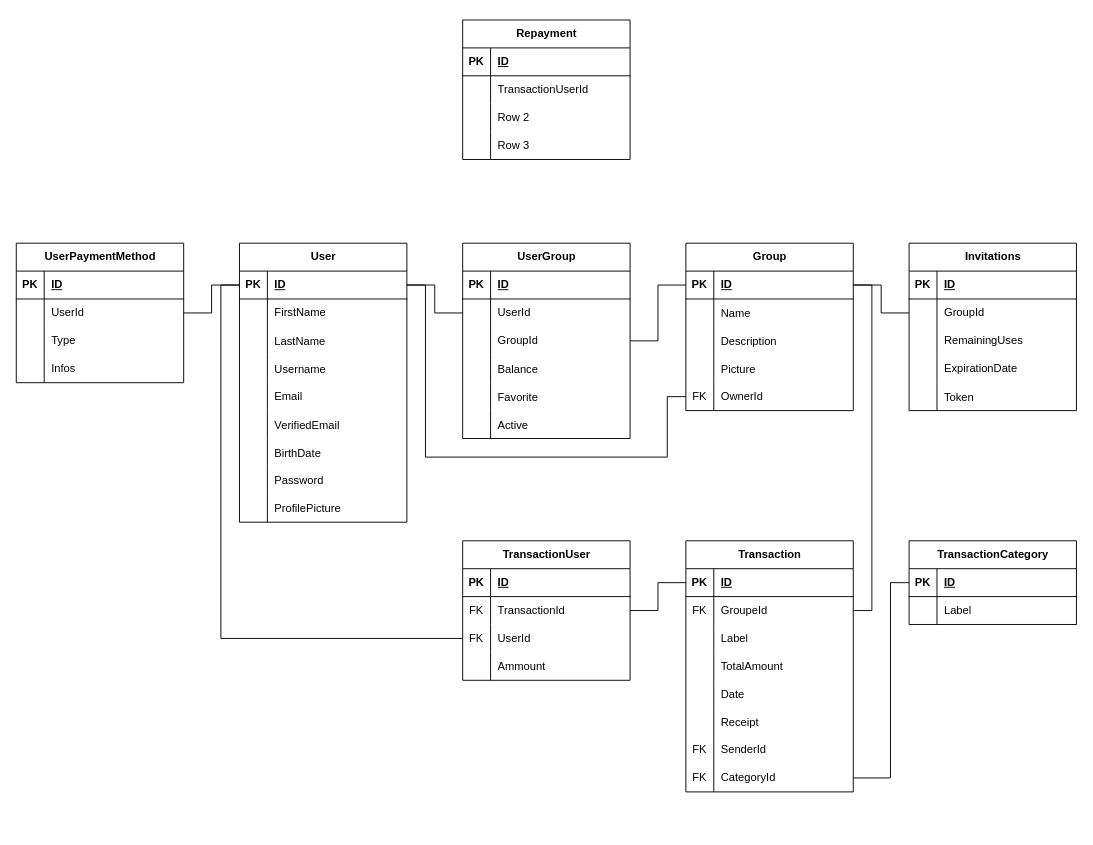
Titan327/3PROJ keeps this draw.io diagram as Other/Diagramme_BDD.drawio. Above is the earlier version. Source tidied: cells renumbered, new cells numbered last; positions are measured from the earlier drawing's top-left corner, leaving out a move shared by most shapes. Both pictures are drawn from the tidied source at 93%, with x=0, y=0 at pixel (16, 20).
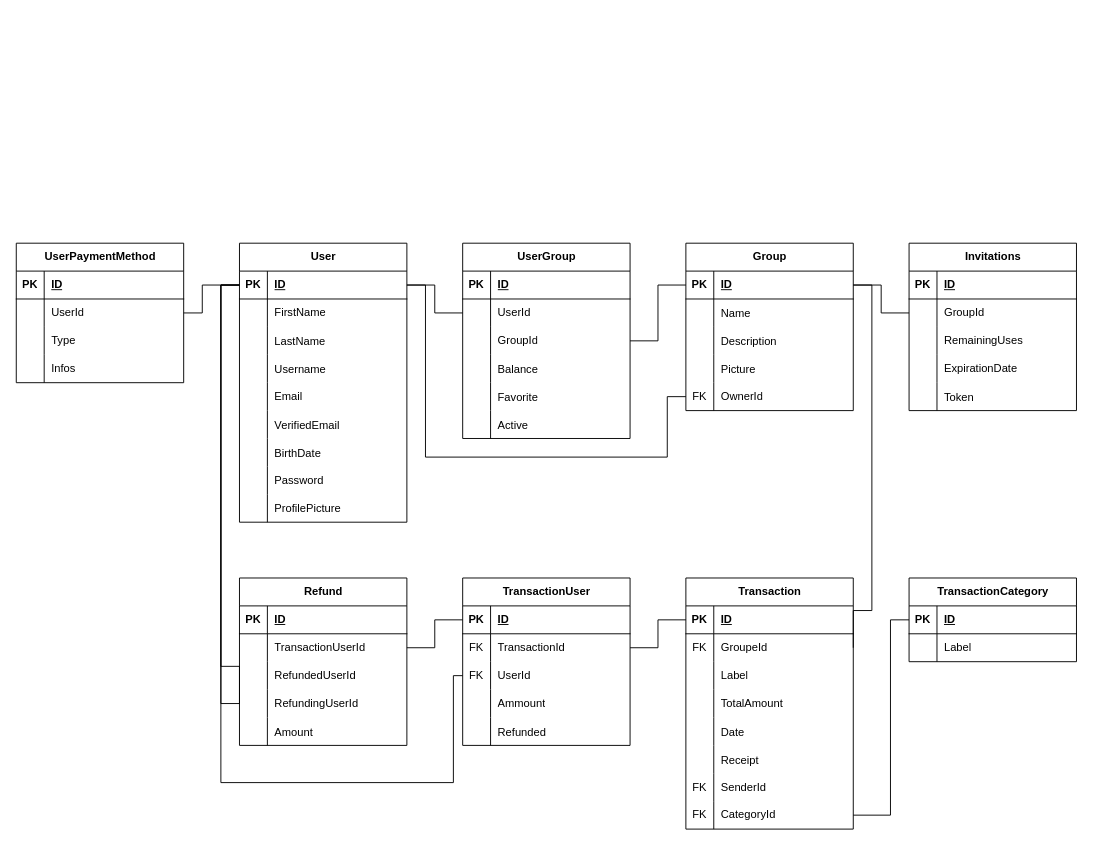
After the change.

Unchanged cells that the change refers to:
```xml
<mxCell id="3" style="shape=tableRow;horizontal=0;startSize=0;swimlaneHead=0;swimlaneBody=0;fillColor=none;points=[[0,0.5],[1,0.5]];portConstraint=eastwest;top=0;left=0;right=0;bottom=1;" parent="2" vertex="1">
  <mxGeometry y="30" width="180" height="30" as="geometry" />
</mxCell>
<mxCell id="68" style="shape=tableRow;horizontal=0;startSize=0;swimlaneHead=0;swimlaneBody=0;fillColor=none;points=[[0,0.5],[1,0.5]];portConstraint=eastwest;top=0;left=0;right=0;bottom=0;" parent="46" vertex="1">
  <mxGeometry y="240" width="180" height="30" as="geometry" />
</mxCell>
<mxCell id="72" style="shape=tableRow;horizontal=0;startSize=0;swimlaneHead=0;swimlaneBody=0;fillColor=none;points=[[0,0.5],[1,0.5]];portConstraint=eastwest;top=0;left=0;right=0;bottom=1;" parent="71" vertex="1">
  <mxGeometry y="30" width="180" height="30" as="geometry" />
</mxCell>
<mxCell id="102" style="shape=tableRow;horizontal=0;startSize=0;swimlaneHead=0;swimlaneBody=0;fillColor=none;points=[[0,0.5],[1,0.5]];portConstraint=eastwest;top=0;left=0;right=0;bottom=1;" parent="101" vertex="1">
  <mxGeometry y="30" width="180" height="30" as="geometry" />
</mxCell>
<mxCell id="108" style="shape=tableRow;horizontal=0;startSize=0;swimlaneHead=0;swimlaneBody=0;fillColor=none;points=[[0,0.5],[1,0.5]];portConstraint=eastwest;top=0;left=0;right=0;bottom=0;" parent="101" vertex="1">
  <mxGeometry y="90" width="180" height="30" as="geometry" />
</mxCell>
<mxCell id="121" style="shape=tableRow;horizontal=0;startSize=0;swimlaneHead=0;swimlaneBody=0;fillColor=none;points=[[0,0.5],[1,0.5]];portConstraint=eastwest;top=0;left=0;right=0;bottom=0;" parent="117" vertex="1">
  <mxGeometry y="60" width="180" height="30" as="geometry" />
</mxCell>
<mxCell id="152" style="shape=tableRow;horizontal=0;startSize=0;swimlaneHead=0;swimlaneBody=0;fillColor=none;points=[[0,0.5],[1,0.5]];portConstraint=eastwest;top=0;left=0;right=0;bottom=0;" parent="148" vertex="1">
  <mxGeometry y="60" width="180" height="30" as="geometry" />
</mxCell>
<mxCell id="155" style="shape=tableRow;horizontal=0;startSize=0;swimlaneHead=0;swimlaneBody=0;fillColor=none;top=0;left=0;right=0;bottom=0;" parent="148" vertex="1">
  <mxGeometry y="90" width="180" height="30" as="geometry" />
</mxCell>
<mxCell id="158" style="shape=tableRow;horizontal=0;startSize=0;swimlaneHead=0;swimlaneBody=0;fillColor=none;points=[[0,0.5],[1,0.5]];portConstraint=eastwest;top=0;left=0;right=0;bottom=0;" parent="148" vertex="1">
  <mxGeometry y="120" width="180" height="30" as="geometry" />
</mxCell>
```

The edit, as a diff of the source:
```diff
@@
     <mxCell id="46" value="Transaction" style="shape=table;startSize=30;childLayout=tableLayout;rowLines=0;fontStyle=1;align=center;html=1;" parent="1" vertex="1">
-      <mxGeometry x="720" y="560" width="180" height="270" as="geometry" />
+      <mxGeometry x="720" y="600" width="180" height="270" as="geometry" />
     </mxCell>
@@
     <mxCell id="71" value="TransactionCategory" style="shape=table;startSize=30;childLayout=tableLayout;rowLines=0;fontStyle=1;align=center;html=1;" parent="1" vertex="1">
-      <mxGeometry x="960" y="560" width="180" height="90" as="geometry" />
+      <mxGeometry x="960" y="600" width="180" height="90" as="geometry" />
     </mxCell>
@@
     <mxCell id="99" style="endArrow=none;html=1;rounded=0;exitX=1;exitY=0.5;exitDx=0;exitDy=0;entryX=0;entryY=0.5;entryDx=0;entryDy=0;edgeStyle=orthogonalEdgeStyle;" parent="1" edge="1" source="68" target="72">
       <mxGeometry relative="1" as="geometry">
         <Array as="points">
-          <mxPoint x="940" y="815" />
-          <mxPoint x="940" y="605" />
+          <mxPoint x="940" y="855" />
+          <mxPoint x="940" y="645" />
         </Array>
       </mxGeometry>
     </mxCell>
@@
     <mxCell id="101" value="TransactionUser" style="shape=table;startSize=30;childLayout=tableLayout;rowLines=0;fontStyle=1;align=center;html=1;" parent="1" vertex="1">
-      <mxGeometry x="480" y="560" width="180" height="150" as="geometry" />
+      <mxGeometry x="480" y="600" width="180" height="180" as="geometry" />
     </mxCell>
@@
+    <mxCell id="161" style="shape=tableRow;horizontal=0;startSize=0;swimlaneHead=0;swimlaneBody=0;fillColor=none;top=0;left=0;right=0;bottom=0;" parent="101" vertex="1">
+      <mxGeometry y="150" width="180" height="30" as="geometry" />
+    </mxCell>
+    <mxCell id="162" style="shape=partialRectangle;fillColor=none;top=0;left=0;bottom=0;right=0;overflow=hidden;" parent="161" vertex="1">
+      <mxGeometry width="30" height="30" as="geometry" />
+    </mxCell>
+    <mxCell id="163" value="Refunded" style="shape=partialRectangle;fillColor=none;top=0;left=0;bottom=0;right=0;align=left;spacingLeft=6;overflow=hidden;" parent="161" vertex="1">
+      <mxGeometry x="30" width="150" height="30" as="geometry" />
+    </mxCell>
@@
     <mxCell id="115" style="endArrow=none;html=1;rounded=0;entryX=0;entryY=0.5;entryDx=0;entryDy=0;edgeStyle=orthogonalEdgeStyle;exitX=0;exitY=0.5;exitDx=0;exitDy=0;" parent="1" edge="1" source="3" target="108">
       <mxGeometry relative="1" as="geometry">
         <Array as="points">
           <mxPoint x="220" y="285" />
-          <mxPoint x="220" y="665" />
+          <mxPoint x="220" y="820" />
+          <mxPoint x="470" y="820" />
+          <mxPoint x="470" y="705" />
         </Array>
       </mxGeometry>
     </mxCell>
@@
     <mxCell id="130" style="endArrow=none;html=1;rounded=0;entryX=0;entryY=0.5;entryDx=0;entryDy=0;exitX=1;exitY=0.5;exitDx=0;exitDy=0;edgeStyle=orthogonalEdgeStyle;" parent="1" edge="1" source="121" target="3">
       <mxGeometry relative="1" as="geometry">
         <Array as="points">
-          <mxPoint x="210" y="315" />
-          <mxPoint x="210" y="285" />
+          <mxPoint x="200" y="315" />
+          <mxPoint x="200" y="285" />
         </Array>
       </mxGeometry>
     </mxCell>
@@
-    <mxCell id="148" value="&lt;pre&gt;&lt;span style=&quot;font-family: Helvetica; white-space-collapse: collapse;&quot;&gt;Repayment&lt;/span&gt;&lt;br&gt;&lt;/pre&gt;" style="shape=table;startSize=30;childLayout=tableLayout;rowLines=0;fontStyle=1;align=center;html=1;" parent="1" vertex="1">
-      <mxGeometry x="480" width="180" height="150" as="geometry" />
+    <mxCell id="148" value="&lt;pre&gt;&lt;span style=&quot;font-family: Helvetica; white-space-collapse: collapse;&quot;&gt;Refund&lt;/span&gt;&lt;br&gt;&lt;/pre&gt;" style="shape=table;startSize=30;childLayout=tableLayout;rowLines=0;fontStyle=1;align=center;html=1;" parent="1" vertex="1">
+      <mxGeometry x="240" y="600" width="180" height="180" as="geometry" />
     </mxCell>
@@
-    <mxCell id="157" value="Row 2" style="shape=partialRectangle;fillColor=none;top=0;left=0;bottom=0;right=0;align=left;spacingLeft=6;overflow=hidden;whiteSpace=wrap;html=1;" parent="155" vertex="1">
+    <mxCell id="157" value="RefundedUserId" style="shape=partialRectangle;fillColor=none;top=0;left=0;bottom=0;right=0;align=left;spacingLeft=6;overflow=hidden;whiteSpace=wrap;html=1;" parent="155" vertex="1">
       <mxGeometry x="30" width="150" height="30" as="geometry" />
     </mxCell>
@@
-    <mxCell id="160" value="Row 3" style="shape=partialRectangle;fillColor=none;top=0;left=0;bottom=0;right=0;align=left;spacingLeft=6;overflow=hidden;whiteSpace=wrap;html=1;" parent="158" vertex="1">
+    <mxCell id="160" value="RefundingUserId" style="shape=partialRectangle;fillColor=none;top=0;left=0;bottom=0;right=0;align=left;spacingLeft=6;overflow=hidden;whiteSpace=wrap;html=1;" parent="158" vertex="1">
       <mxGeometry x="30" width="150" height="30" as="geometry" />
     </mxCell>
+    <mxCell id="164" style="shape=tableRow;horizontal=0;startSize=0;swimlaneHead=0;swimlaneBody=0;fillColor=none;top=0;left=0;right=0;bottom=0;" parent="148" vertex="1">
+      <mxGeometry y="150" width="180" height="30" as="geometry" />
+    </mxCell>
+    <mxCell id="165" style="shape=partialRectangle;fillColor=none;top=0;left=0;bottom=0;right=0;overflow=hidden;" parent="164" vertex="1">
+      <mxGeometry width="30" height="30" as="geometry" />
+    </mxCell>
+    <mxCell id="166" value="Amount" style="shape=partialRectangle;fillColor=none;top=0;left=0;bottom=0;right=0;align=left;spacingLeft=6;overflow=hidden;" parent="164" vertex="1">
+      <mxGeometry x="30" width="150" height="30" as="geometry" />
+    </mxCell>
+    <mxCell id="167" style="endArrow=none;html=1;rounded=0;entryX=0;entryY=0.5;entryDx=0;entryDy=0;exitX=1;exitY=0.5;exitDx=0;exitDy=0;edgeStyle=orthogonalEdgeStyle;" parent="1" edge="1" source="152" target="102">
+      <mxGeometry relative="1" as="geometry">
+        <Array as="points">
+          <mxPoint x="450" y="675" />
+          <mxPoint x="450" y="645" />
+        </Array>
+      </mxGeometry>
+    </mxCell>
+    <mxCell id="168" style="endArrow=none;html=1;rounded=0;entryX=0;entryY=0.5;entryDx=0;entryDy=0;edgeStyle=orthogonalEdgeStyle;exitX=0;exitY=0.5;exitDx=0;exitDy=0;" parent="1" edge="1" source="158" target="3">
+      <mxGeometry relative="1" as="geometry">
+        <Array as="points">
+          <mxPoint x="220" y="735" />
+          <mxPoint x="220" y="285" />
+        </Array>
+      </mxGeometry>
+    </mxCell>
+    <mxCell id="169" style="endArrow=none;html=1;rounded=0;entryX=0;entryY=0.5;entryDx=0;entryDy=0;exitX=0;exitY=0.5;exitDx=0;exitDy=0;edgeStyle=orthogonalEdgeStyle;" parent="1" edge="1" source="158" target="3">
+      <mxGeometry relative="1" as="geometry">
+        <Array as="points">
+          <mxPoint x="220" y="695" />
+          <mxPoint x="220" y="285" />
+        </Array>
+      </mxGeometry>
+    </mxCell>
```
